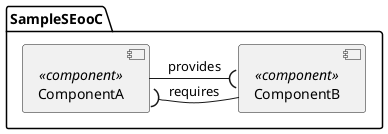
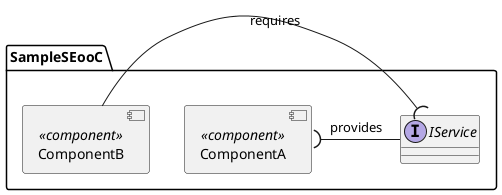
' *******************************************************************************
' Copyright (c) 2026 Contributors to the Eclipse Foundation
'
' See the NOTICE file(s) distributed with this work for additional
' information regarding copyright ownership.
'
' This program and the accompanying materials are made available under the
' terms of the Apache License Version 2.0 which is available at
' https://www.apache.org/licenses/LICENSE-2.0
'
' SPDX-License-Identifier: Apache-2.0
' *******************************************************************************
@startuml

package "SampleSEooC" as SampleSEooC {
    component "ComponentA" as ComponentA <<component>> {
    }
    component "ComponentB" as ComponentB <<component>> {
    }
-     ComponentA -( ComponentB : provides
-     ComponentA )- ComponentB : requires
+ 
+     interface IService
+ 
+     ComponentA )- IService : provides
+     ComponentB -( IService : requires
}

@enduml
